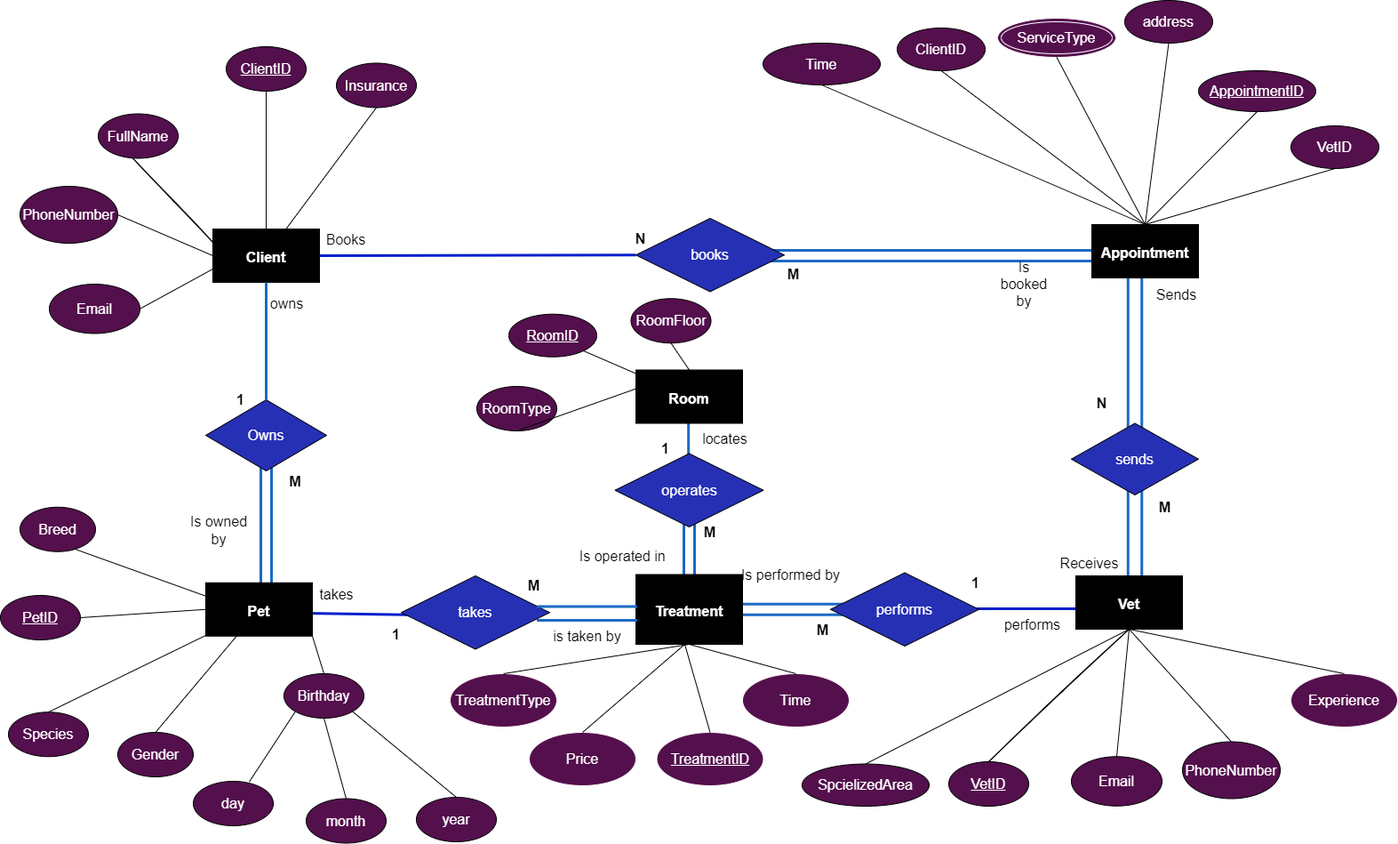
Before: PetClinic.drawio.png, a diagram exported from draw.io (tomztz/SQL-Pet-Clinic). Source tidied: cells renumbered, new cells last; positions are measured from the earlier drawing's top-left corner, leaving out a move shared by most shapes.
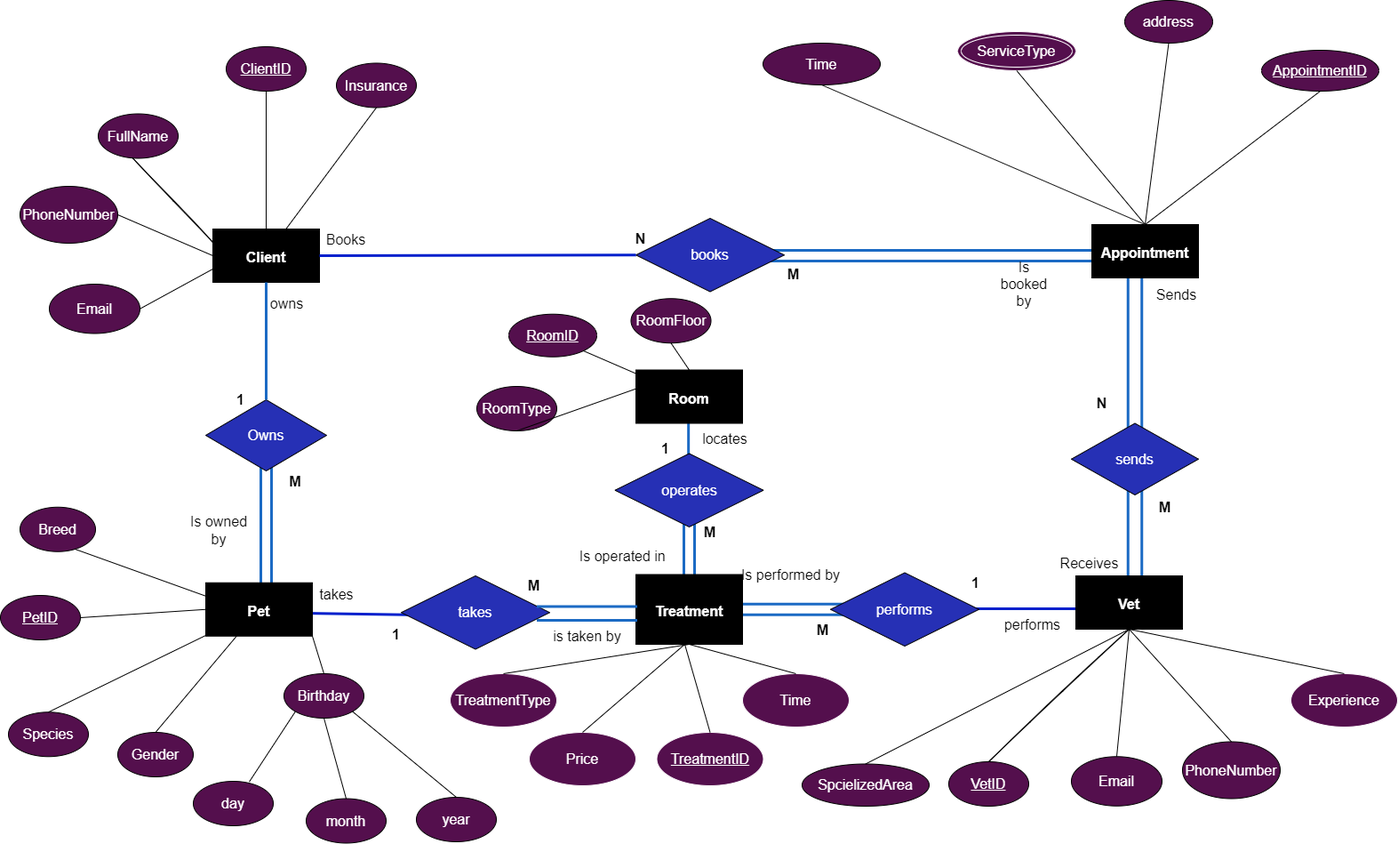
The same diagram one commit later.

The edit, as a diff of the source:
```diff
@@ -35,9 +35,6 @@
     <mxCell id="9" style="endArrow=none;html=1;rounded=0;shadow=0;sketch=0;fontSize=16;fontColor=#FFFFFF;startSize=6;endSize=6;sourcePerimeterSpacing=0;targetPerimeterSpacing=0;strokeColor=#000000;strokeWidth=1;jumpSize=6;entryX=0.5;entryY=0;entryDx=0;entryDy=0;exitX=0.5;exitY=1;exitDx=0;exitDy=0;" parent="1" edge="1" source="68" target="14">
       <mxGeometry relative="1" as="geometry" />
     </mxCell>
-    <mxCell id="10" style="endArrow=none;html=1;rounded=0;shadow=0;sketch=0;fontSize=16;fontColor=#FFFFFF;startSize=6;endSize=6;sourcePerimeterSpacing=0;targetPerimeterSpacing=0;strokeColor=#000000;strokeWidth=1;jumpSize=6;entryX=0.5;entryY=1;entryDx=0;entryDy=0;exitX=0.5;exitY=0;exitDx=0;exitDy=0;" parent="1" edge="1" source="14" target="67">
-      <mxGeometry relative="1" as="geometry" />
-    </mxCell>
     <mxCell id="11" style="shape=partialRectangle;whiteSpace=wrap;html=1;bottom=0;top=0;fillColor=none;fontSize=16;fontColor=#0F0FAB;strokeColor=#1B6AC4;perimeterSpacing=1;labelBorderColor=none;strokeWidth=3;direction=south;" parent="1" vertex="1">
       <mxGeometry x="803" y="281" width="429" height="12" as="geometry" />
     </mxCell>
@@ -125,12 +122,6 @@
     <mxCell id="39" style="endArrow=none;html=1;rounded=0;sketch=0;fontSize=16;fontColor=#FFFFFF;endSize=10;jumpSize=6;entryX=0;entryY=0.5;entryDx=0;entryDy=0;exitX=0;exitY=0.5;exitDx=0;exitDy=0;" parent="1" edge="1" source="38" target="17">
       <mxGeometry relative="1" as="geometry" />
     </mxCell>
-    <mxCell id="40" value="VetID" style="ellipse;whiteSpace=wrap;html=1;fontSize=16;fontColor=#FFFFFF;fillColor=#540F4D;" parent="1" vertex="1">
-      <mxGeometry x="1452" y="141" width="99" height="48" as="geometry" />
-    </mxCell>
-    <mxCell id="41" style="endArrow=none;html=1;rounded=0;sketch=0;fontSize=16;fontColor=#FFFFFF;endSize=10;jumpSize=6;exitX=0.5;exitY=0;exitDx=0;exitDy=0;entryX=0.5;entryY=1;entryDx=0;entryDy=0;" parent="1" edge="1" source="14" target="40">
-      <mxGeometry relative="1" as="geometry" />
-    </mxCell>
     <mxCell id="42" value="&lt;font color=&quot;#000000&quot;&gt;owns&lt;/font&gt;" style="text;html=1;strokeColor=none;fillColor=none;align=center;verticalAlign=middle;whiteSpace=wrap;rounded=0;fontSize=16;fontColor=#1271DE;" parent="1" vertex="1">
       <mxGeometry x="294" y="319" width="57" height="44" as="geometry" />
     </mxCell>
@@ -156,7 +147,7 @@
       <mxGeometry x="715" y="245" width="167" height="82.5" as="geometry" />
     </mxCell>
     <mxCell id="50" value="AppointmentID" style="ellipse;whiteSpace=wrap;html=1;fontSize=16;fontColor=#FFFFFF;fillColor=#540F4D;fontStyle=4;" parent="1" vertex="1">
-      <mxGeometry x="1348" y="79" width="132" height="46" as="geometry" />
+      <mxGeometry x="1419" y="56" width="132" height="46" as="geometry" />
     </mxCell>
     <mxCell id="51" style="endArrow=none;html=1;rounded=0;sketch=0;fontSize=16;fontColor=#000000;startSize=6;endSize=6;sourcePerimeterSpacing=0;targetPerimeterSpacing=0;strokeWidth=1;jumpSize=6;exitX=0.5;exitY=0;exitDx=0;exitDy=0;entryX=0.5;entryY=1;entryDx=0;entryDy=0;" parent="1" edge="1" source="14" target="50">
       <mxGeometry relative="1" as="geometry" />
@@ -186,7 +177,7 @@
       <mxGeometry x="703.5" y="257" width="33" height="22" as="geometry" />
     </mxCell>
     <mxCell id="60" value="&lt;font color=&quot;#ffffff&quot;&gt;ServiceType&lt;/font&gt;" style="ellipse;shape=doubleEllipse;whiteSpace=wrap;html=1;labelBorderColor=none;fontSize=16;fontColor=#000000;strokeColor=#FFFFFF;strokeWidth=1;fillColor=#540F4D;" parent="1" vertex="1">
-      <mxGeometry x="1122" y="20" width="133" height="44" as="geometry" />
+      <mxGeometry x="1077" y="35" width="133" height="44" as="geometry" />
     </mxCell>
     <mxCell id="61" style="endArrow=none;html=1;rounded=0;shadow=0;sketch=0;fontSize=16;fontColor=#FFFFFF;startSize=6;endSize=6;sourcePerimeterSpacing=0;targetPerimeterSpacing=0;strokeColor=#000000;strokeWidth=1;jumpSize=6;entryX=0.5;entryY=1;entryDx=0;entryDy=0;exitX=0.5;exitY=0;exitDx=0;exitDy=0;" parent="1" edge="1" source="14" target="60">
       <mxGeometry relative="1" as="geometry" />
@@ -206,9 +197,6 @@
     <mxCell id="66" style="endArrow=none;html=1;rounded=0;sketch=0;fontSize=16;fontColor=#000000;startSize=6;endSize=6;sourcePerimeterSpacing=0;strokeWidth=1;jumpSize=6;exitX=0.5;exitY=0;exitDx=0;exitDy=0;entryX=0.5;entryY=1;entryDx=0;entryDy=0;strokeColor=#1A1A1A;" parent="1" edge="1" source="14" target="65">
       <mxGeometry relative="1" as="geometry" />
     </mxCell>
-    <mxCell id="67" value="ClientID" style="ellipse;whiteSpace=wrap;html=1;fontSize=16;fontColor=#FFFFFF;fillColor=#540F4D;" parent="1" vertex="1">
-      <mxGeometry x="1009" y="31" width="99" height="48" as="geometry" />
-    </mxCell>
     <mxCell id="68" value="address" style="ellipse;whiteSpace=wrap;html=1;fontSize=16;fontColor=#FFFFFF;fillColor=#540F4D;" parent="1" vertex="1">
       <mxGeometry x="1265" width="99" height="48" as="geometry" />
     </mxCell>
```
